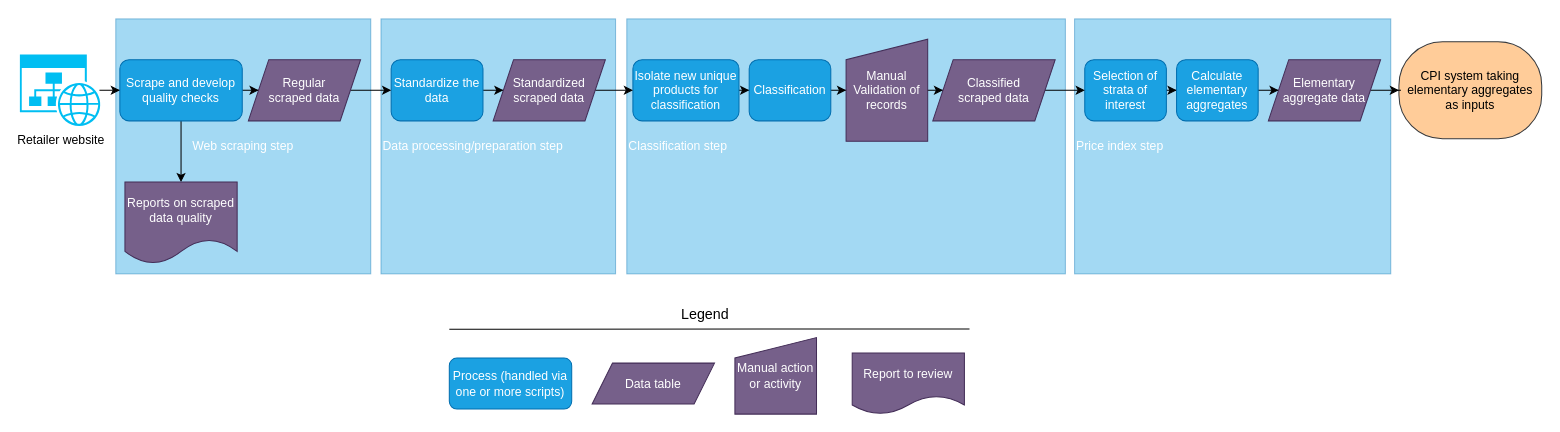
The draw.io diagram page "high-level-overview" (1 of 2) of docs/images/ads-scraping-scraping-process-overview.drawio in ESCAP-SD/ESCAP_RAP_class, before the edit. Source tidied: cells renumbered, new cells numbered last; positions are measured from the earlier drawing's top-left corner, leaving out a move shared by most shapes. Both pictures are drawn from the tidied source at 102%, with x=0, y=0 at pixel (19, 18).
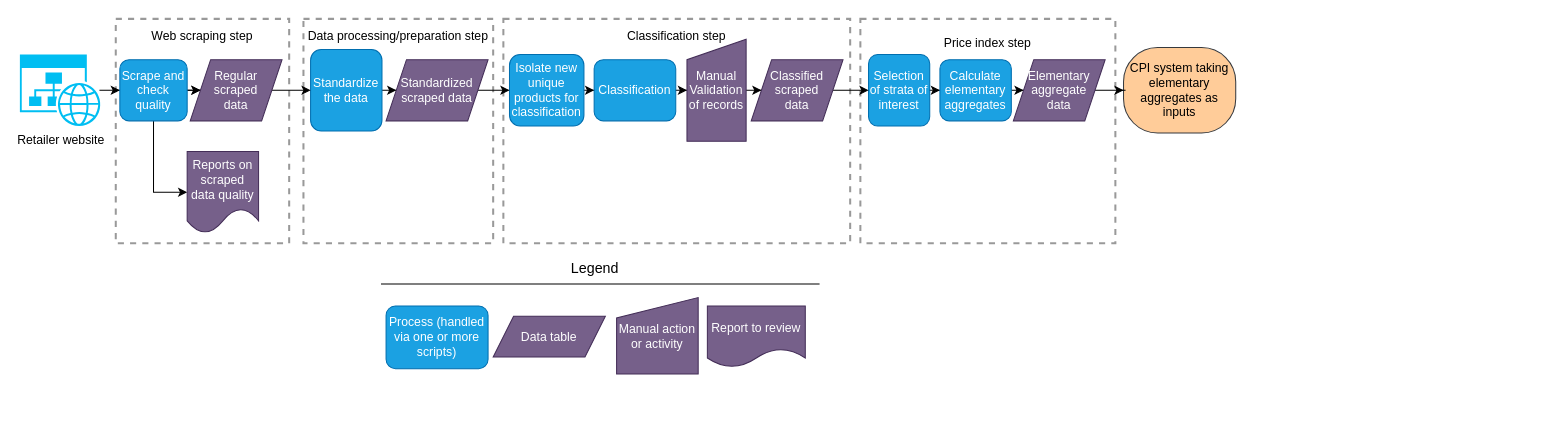
After the change.

Commit message (it also covers changes not shown here):
Updated overview diagram, added clarifications to process_mapping text

What changed in the source:
```diff
@@
-    <mxCell id="2" value="Price index step" style="rounded=0;whiteSpace=wrap;html=1;fillColor=#1ba1e2;fontColor=#ffffff;strokeColor=#006EAF;opacity=40;align=left;" parent="1" vertex="1">
-      <mxGeometry x="1034" width="310" height="250" as="geometry" />
+    <mxCell id="2" value="Price index step&lt;br&gt;&lt;br&gt;&lt;br&gt;&lt;br&gt;&lt;br&gt;&lt;br&gt;&lt;br&gt;&lt;br&gt;&lt;br&gt;&lt;br&gt;&lt;br&gt;&lt;br&gt;&lt;div&gt;&lt;br&gt;&lt;/div&gt;" style="rounded=0;whiteSpace=wrap;html=1;opacity=40;align=center;strokeWidth=2;dashed=1;" parent="1" vertex="1">
+      <mxGeometry x="824" width="250" height="220" as="geometry" />
     </mxCell>
-    <mxCell id="3" value="Data processing/preparation step" style="rounded=0;whiteSpace=wrap;html=1;fillColor=#1ba1e2;fontColor=#ffffff;strokeColor=#006EAF;opacity=40;align=left;" parent="1" vertex="1">
-      <mxGeometry x="354" width="230" height="250" as="geometry" />
+    <mxCell id="3" value="Data processing/preparation step&lt;br&gt;&lt;br&gt;&lt;br&gt;&lt;br&gt;&lt;br&gt;&lt;br&gt;&lt;br&gt;&lt;br&gt;&lt;br&gt;&lt;br&gt;&lt;br&gt;&lt;br&gt;&lt;br&gt;&lt;div&gt;&lt;br&gt;&lt;/div&gt;" style="rounded=0;whiteSpace=wrap;html=1;opacity=40;align=center;dashed=1;strokeWidth=2;" parent="1" vertex="1">
+      <mxGeometry x="278" width="186" height="220" as="geometry" />
     </mxCell>
-    <mxCell id="4" value="Classification step" style="rounded=0;whiteSpace=wrap;html=1;fillColor=#1ba1e2;fontColor=#ffffff;strokeColor=#006EAF;opacity=40;align=left;" parent="1" vertex="1">
-      <mxGeometry x="595" width="430" height="250" as="geometry" />
+    <mxCell id="4" value="Classification step&lt;br&gt;&lt;br&gt;&lt;br&gt;&lt;br&gt;&lt;br&gt;&lt;br&gt;&lt;br&gt;&lt;br&gt;&lt;br&gt;&lt;br&gt;&lt;br&gt;&lt;br&gt;&lt;br&gt;&lt;div&gt;&lt;br&gt;&lt;/div&gt;" style="rounded=0;whiteSpace=wrap;html=1;opacity=40;align=center;dashed=1;strokeWidth=2;" parent="1" vertex="1">
+      <mxGeometry x="474" width="340" height="220" as="geometry" />
     </mxCell>
-    <mxCell id="5" value="Web scraping step" style="rounded=0;whiteSpace=wrap;html=1;fillColor=#1ba1e2;fontColor=#ffffff;strokeColor=#006EAF;opacity=40;align=center;" parent="1" vertex="1">
-      <mxGeometry x="94" width="250" height="250" as="geometry" />
+    <mxCell id="5" value="Web scraping step&lt;br&gt;&lt;br&gt;&lt;br&gt;&lt;br&gt;&lt;br&gt;&lt;br&gt;&lt;br&gt;&lt;br&gt;&lt;br&gt;&lt;br&gt;&lt;br&gt;&lt;br&gt;&lt;br&gt;&lt;div&gt;&lt;br&gt;&lt;/div&gt;" style="rounded=0;whiteSpace=wrap;html=1;opacity=40;align=center;dashed=1;strokeWidth=2;" parent="1" vertex="1">
+      <mxGeometry x="94" width="170" height="220" as="geometry" />
     </mxCell>
@@
-    <mxCell id="8" style="edgeStyle=orthogonalEdgeStyle;rounded=0;jettySize=auto;html=1;entryX=0.5;entryY=0;entryDx=0;entryDy=0;" parent="1" edge="1" source="10" target="11">
+    <mxCell id="8" style="edgeStyle=orthogonalEdgeStyle;rounded=0;jettySize=auto;html=1;entryX=0;entryY=0.5;entryDx=0;entryDy=0;" parent="1" edge="1" source="10" target="11">
       <mxGeometry relative="1" as="geometry" />
     </mxCell>
@@
+    <mxCell id="39" style="edgeStyle=orthogonalEdgeStyle;rounded=0;jettySize=auto;html=1;" parent="1" edge="1" source="10" target="32">
+      <mxGeometry relative="1" as="geometry" />
+    </mxCell>
-    <mxCell id="10" value="Scrape and develop quality checks" style="rounded=1;whiteSpace=wrap;html=1;fillColor=#1ba1e2;fontColor=#ffffff;strokeColor=#006EAF;" parent="1" vertex="1">
-      <mxGeometry x="98" y="40" width="120" height="60" as="geometry" />
+    <mxCell id="10" value="Scrape and check quality" style="rounded=1;whiteSpace=wrap;html=1;fillColor=#1ba1e2;fontColor=#ffffff;strokeColor=#006EAF;" parent="1" vertex="1">
+      <mxGeometry x="98" y="40" width="66" height="60" as="geometry" />
     </mxCell>
     <mxCell id="11" value="Reports on scraped data quality" style="shape=document;whiteSpace=wrap;html=1;boundedLbl=1;fillColor=#76608a;fontColor=#ffffff;strokeColor=#432D57;" parent="1" vertex="1">
-      <mxGeometry x="103" y="160" width="110" height="80" as="geometry" />
+      <mxGeometry x="164" y="130" width="70" height="80" as="geometry" />
     </mxCell>
@@
     <mxCell id="13" value="Standardize the data" style="rounded=1;whiteSpace=wrap;html=1;fillColor=#1ba1e2;fontColor=#ffffff;strokeColor=#006EAF;" parent="1" vertex="1">
-      <mxGeometry x="364" y="40" width="90" height="60" as="geometry" />
+      <mxGeometry x="285" y="30" width="70" height="80" as="geometry" />
     </mxCell>
@@
     <mxCell id="15" value="Isolate new unique products for classification" style="rounded=1;whiteSpace=wrap;html=1;fillColor=#1ba1e2;fontColor=#ffffff;strokeColor=#006EAF;" parent="1" vertex="1">
-      <mxGeometry x="601" y="40" width="104" height="60" as="geometry" />
+      <mxGeometry x="480" y="35" width="73" height="70" as="geometry" />
     </mxCell>
@@
     <mxCell id="17" value="Classification" style="rounded=1;whiteSpace=wrap;html=1;fillColor=#1ba1e2;fontColor=#ffffff;strokeColor=#006EAF;" parent="1" vertex="1">
-      <mxGeometry x="715" y="40" width="80" height="60" as="geometry" />
+      <mxGeometry x="563" y="40" width="80" height="60" as="geometry" />
     </mxCell>
@@
     <mxCell id="19" value="Manual Validation of records" style="shape=manualInput;whiteSpace=wrap;html=1;size=20;fillColor=#76608a;fontColor=#ffffff;strokeColor=#432D57;" parent="1" vertex="1">
-      <mxGeometry x="810" y="20" width="80" height="100" as="geometry" />
+      <mxGeometry x="654" y="20" width="58" height="100" as="geometry" />
     </mxCell>
@@
     <mxCell id="21" value="Selection of strata of interest" style="rounded=1;whiteSpace=wrap;html=1;fillColor=#1ba1e2;fontColor=#ffffff;strokeColor=#006EAF;" parent="1" vertex="1">
-      <mxGeometry x="1044" y="40" width="80" height="60" as="geometry" />
+      <mxGeometry x="832" y="35" width="60" height="70" as="geometry" />
     </mxCell>
@@
     <mxCell id="23" value="Calculate elementary aggregates" style="rounded=1;whiteSpace=wrap;html=1;fillColor=#1ba1e2;fontColor=#ffffff;strokeColor=#006EAF;" parent="1" vertex="1">
-      <mxGeometry x="1134" y="40" width="80" height="60" as="geometry" />
+      <mxGeometry x="902" y="40" width="70" height="60" as="geometry" />
     </mxCell>
-    <mxCell id="24" value="CPI system taking elementary aggregates as inputs" style="rounded=1;whiteSpace=wrap;html=1;arcSize=45;fillColor=#ffcc99;strokeColor=#36393d;fontColor=#000000;" parent="1" vertex="1">
-      <mxGeometry x="1352" y="22.5" width="140" height="95" as="geometry" />
+    <mxCell id="24" value="CPI system taking elementary aggregates as inputs" style="rounded=1;whiteSpace=wrap;html=1;arcSize=40;fillColor=#ffcc99;strokeColor=#36393d;fontColor=#000000;" parent="1" vertex="1">
+      <mxGeometry x="1082" y="28.1" width="110" height="83.8" as="geometry" />
     </mxCell>
@@
-    <mxCell id="26" value="Elementary aggregate data" style="shape=parallelogram;perimeter=parallelogramPerimeter;whiteSpace=wrap;html=1;fixedSize=1;fillColor=#76608a;fontColor=#ffffff;strokeColor=#432D57;" parent="1" vertex="1">
-      <mxGeometry x="1224" y="40" width="110" height="60" as="geometry" />
+    <mxCell id="26" value="Elementary aggregate &lt;br&gt;data" style="shape=parallelogram;perimeter=parallelogramPerimeter;whiteSpace=wrap;html=1;fixedSize=1;fillColor=#76608a;fontColor=#ffffff;strokeColor=#432D57;" parent="1" vertex="1">
+      <mxGeometry x="974" y="40" width="90" height="60" as="geometry" />
     </mxCell>
@@
     <mxCell id="28" value="Standardized &lt;br&gt;scraped data" style="shape=parallelogram;perimeter=parallelogramPerimeter;whiteSpace=wrap;html=1;fixedSize=1;fillColor=#76608a;fontColor=#ffffff;strokeColor=#432D57;" parent="1" vertex="1">
-      <mxGeometry x="464" y="40" width="110" height="60" as="geometry" />
+      <mxGeometry x="359" y="40" width="100" height="60" as="geometry" />
     </mxCell>
@@
-    <mxCell id="30" value="Classified &lt;br&gt;scraped data" style="shape=parallelogram;perimeter=parallelogramPerimeter;whiteSpace=wrap;html=1;fixedSize=1;fillColor=#76608a;fontColor=#ffffff;strokeColor=#432D57;" parent="1" vertex="1">
-      <mxGeometry x="895" y="40" width="120" height="60" as="geometry" />
+    <mxCell id="30" value="Classified &lt;br&gt;scraped &lt;br&gt;data" style="shape=parallelogram;perimeter=parallelogramPerimeter;whiteSpace=wrap;html=1;fixedSize=1;fillColor=#76608a;fontColor=#ffffff;strokeColor=#432D57;" parent="1" vertex="1">
+      <mxGeometry x="717" y="40" width="90" height="60" as="geometry" />
     </mxCell>
@@
-    <mxCell id="32" value="Regular &lt;br&gt;scraped data" style="shape=parallelogram;perimeter=parallelogramPerimeter;whiteSpace=wrap;html=1;fixedSize=1;fillColor=#76608a;fontColor=#ffffff;strokeColor=#432D57;" parent="1" vertex="1">
-      <mxGeometry x="224" y="40" width="110" height="60" as="geometry" />
+    <mxCell id="32" value="Regular &lt;br&gt;scraped &lt;br&gt;data" style="shape=parallelogram;perimeter=parallelogramPerimeter;whiteSpace=wrap;html=1;fixedSize=1;fillColor=#76608a;fontColor=#ffffff;strokeColor=#432D57;" parent="1" vertex="1">
+      <mxGeometry x="167" y="40" width="90" height="60" as="geometry" />
     </mxCell>
     <mxCell id="33" value="Data table" style="shape=parallelogram;perimeter=parallelogramPerimeter;whiteSpace=wrap;html=1;fixedSize=1;fillColor=#76608a;fontColor=#ffffff;strokeColor=#432D57;" parent="1" vertex="1">
-      <mxGeometry x="561" y="337.5" width="120" height="40" as="geometry" />
+      <mxGeometry x="464" y="291.5" width="110" height="40" as="geometry" />
     </mxCell>
     <mxCell id="34" value="Manual action or activity" style="shape=manualInput;whiteSpace=wrap;html=1;size=20;fillColor=#76608a;fontColor=#ffffff;strokeColor=#432D57;" parent="1" vertex="1">
-      <mxGeometry x="701" y="312.5" width="80" height="75" as="geometry" />
+      <mxGeometry x="585" y="273.2" width="80" height="75" as="geometry" />
     </mxCell>
     <mxCell id="35" value="Report to review" style="shape=document;whiteSpace=wrap;html=1;boundedLbl=1;fillColor=#76608a;fontColor=#ffffff;strokeColor=#432D57;" parent="1" vertex="1">
-      <mxGeometry x="816" y="327.5" width="110" height="60" as="geometry" />
+      <mxGeometry x="674" y="281.5" width="96" height="60" as="geometry" />
     </mxCell>
     <mxCell id="36" value="Process (handled via one or more scripts)" style="rounded=1;whiteSpace=wrap;html=1;fillColor=#1ba1e2;fontColor=#ffffff;strokeColor=#006EAF;" parent="1" vertex="1">
-      <mxGeometry x="421" y="332.5" width="120" height="50" as="geometry" />
+      <mxGeometry x="359" y="281.5" width="100" height="61.5" as="geometry" />
     </mxCell>
     <mxCell id="37" value="&lt;font style=&quot;font-size: 14px;&quot;&gt;Legend&lt;/font&gt;" style="text;html=1;align=center;verticalAlign=middle;whiteSpace=wrap;rounded=0;" parent="1" vertex="1">
-      <mxGeometry x="642" y="275" width="60" height="30" as="geometry" />
+      <mxGeometry x="534" y="230" width="60" height="30" as="geometry" />
     </mxCell>
     <mxCell id="38" style="endArrow=none;html=1;rounded=0;" parent="1" edge="1">
       <mxGeometry relative="1" as="geometry">
-        <mxPoint x="421" y="304.3" as="sourcePoint" />
-        <mxPoint x="931" y="304" as="targetPoint" />
+        <mxPoint x="354" y="260" as="sourcePoint" />
+        <mxPoint x="784" y="260" as="targetPoint" />
       </mxGeometry>
     </mxCell>
```
